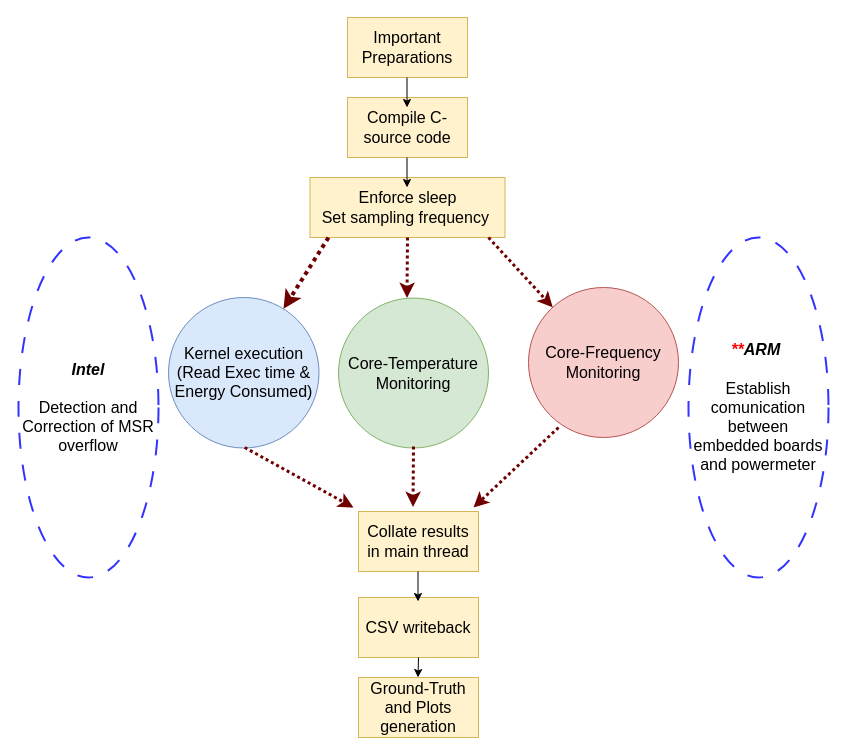
The draw.io diagram MTP_1/Copy of DVFS_experiments_framework_schema.drawio in ShikharJain97/MTP, before the edit. Source tidied: cells renumbered, new cells numbered last; positions are measured from the earlier drawing's top-left corner, leaving out a move shared by most shapes. Both pictures are drawn from the tidied source at 100%, with x=0, y=0 at pixel (18, 17).
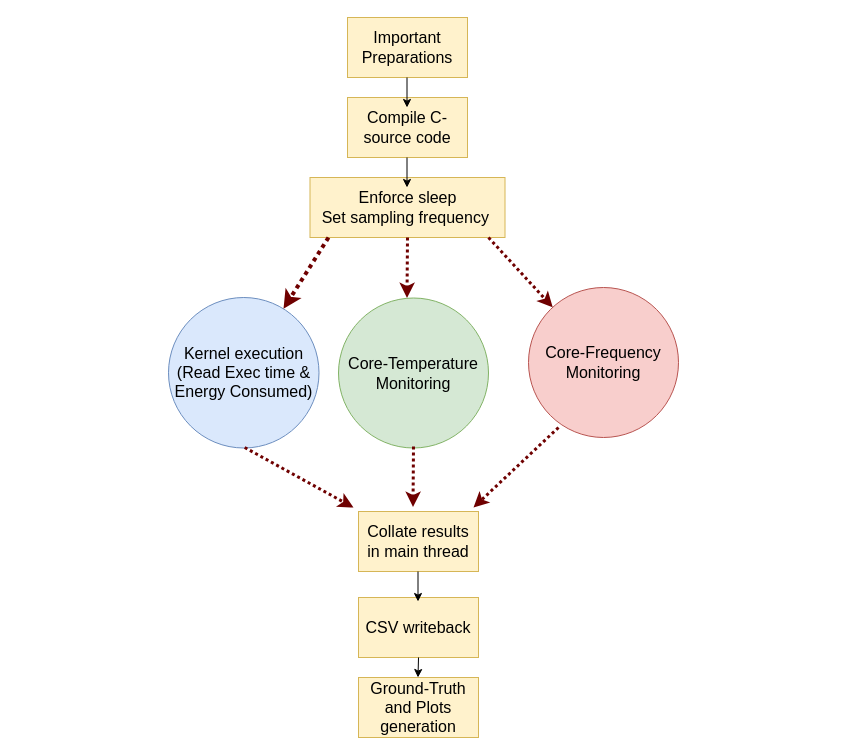
The same diagram, later.

Change to the diagram source:
```diff
@@
-    <mxCell id="2" value="&lt;font style=&quot;font-size: 16px;&quot;&gt;&lt;b&gt;&lt;i&gt;&lt;font color=&quot;#ff0000&quot;&gt;**&lt;/font&gt;ARM&lt;/i&gt;&lt;/b&gt;&amp;nbsp;&lt;br&gt;&lt;br&gt;Establish comunication between embedded boards and powermeter&lt;/font&gt;" style="ellipse;whiteSpace=wrap;html=1;dashed=1;dashPattern=8 8;strokeColor=#3333FF;strokeWidth=2;" parent="1" vertex="1">
-      <mxGeometry x="670" y="220" width="140" height="340" as="geometry" />
-    </mxCell>
@@
-    <mxCell id="17" value="&lt;font style=&quot;font-size: 16px;&quot;&gt;&lt;b&gt;&lt;i&gt;Intel&lt;br&gt;&lt;/i&gt;&lt;/b&gt;&lt;br&gt;Detection and Correction of MSR overflow&lt;br&gt;&lt;/font&gt;" style="ellipse;whiteSpace=wrap;html=1;dashed=1;dashPattern=8 8;strokeColor=#3333FF;strokeWidth=2;" parent="1" vertex="1">
-      <mxGeometry y="220" width="140" height="340" as="geometry" />
-    </mxCell>
```
